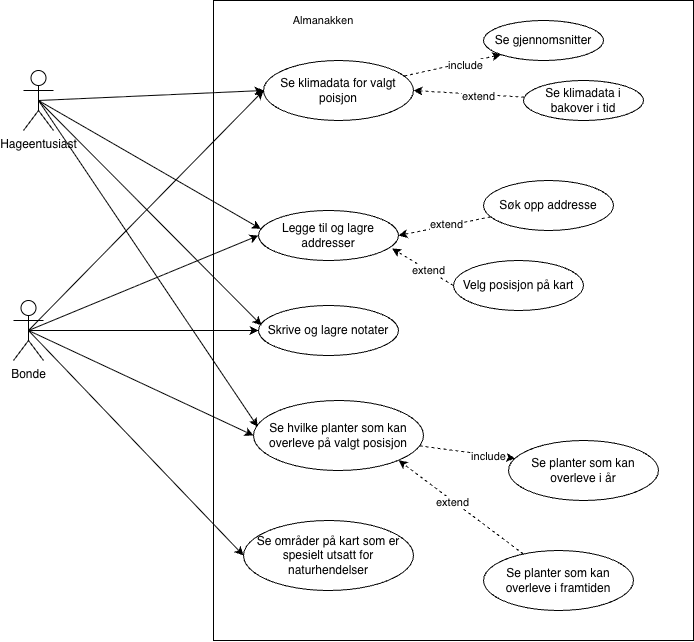
Apoapsis404/in2000-project-team-12 keeps this draw.io diagram as External Programs/Team12UseCase.png. Above is the earlier version. Source tidied: cells renumbered, new cells last; positions are measured from the earlier drawing's top-left corner, leaving out a move shared by most shapes.
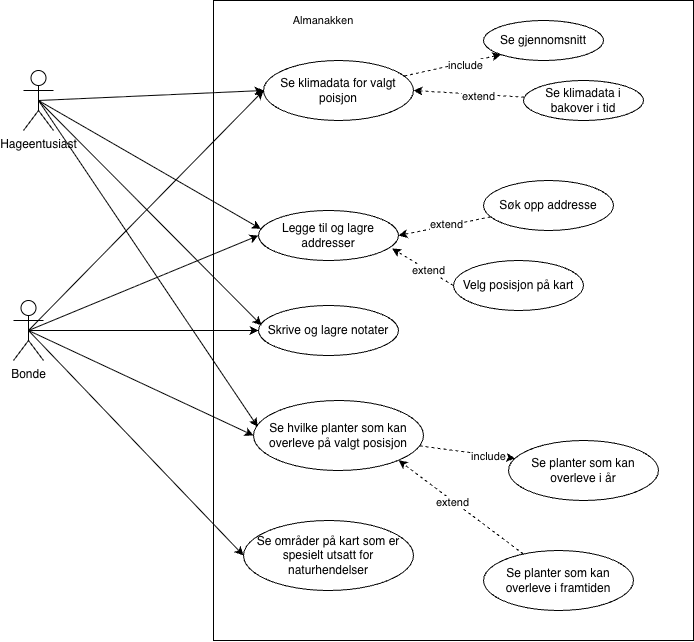
After the commit.

Commit message:
update use case img and typing errors

Diff of the diagram source:
```diff
@@ -77,7 +77,7 @@
     <mxCell id="26" value="Se klimadata i bakover i tid" style="ellipse;whiteSpace=wrap;html=1;" parent="1" vertex="1">
       <mxGeometry x="510" y="80" width="120" height="40" as="geometry" />
     </mxCell>
-    <mxCell id="27" value="Se gjennomsnitter" style="ellipse;whiteSpace=wrap;html=1;" parent="1" vertex="1">
+    <mxCell id="27" value="Se gjennomsnitt" style="ellipse;whiteSpace=wrap;html=1;" parent="1" vertex="1">
       <mxGeometry x="470" y="20" width="120" height="40" as="geometry" />
     </mxCell>
     <mxCell id="28" style="edgeStyle=none;shape=connector;rounded=0;jettySize=auto;html=1;exitX=0.5;exitY=0.5;exitDx=0;exitDy=0;exitPerimeter=0;entryX=0.022;entryY=0.397;entryDx=0;entryDy=0;entryPerimeter=0;strokeColor=default;align=center;verticalAlign=middle;fontFamily=Helvetica;fontSize=11;fontColor=default;labelBackgroundColor=default;endArrow=classic;" parent="1" edge="1" source="17" target="7">
```
